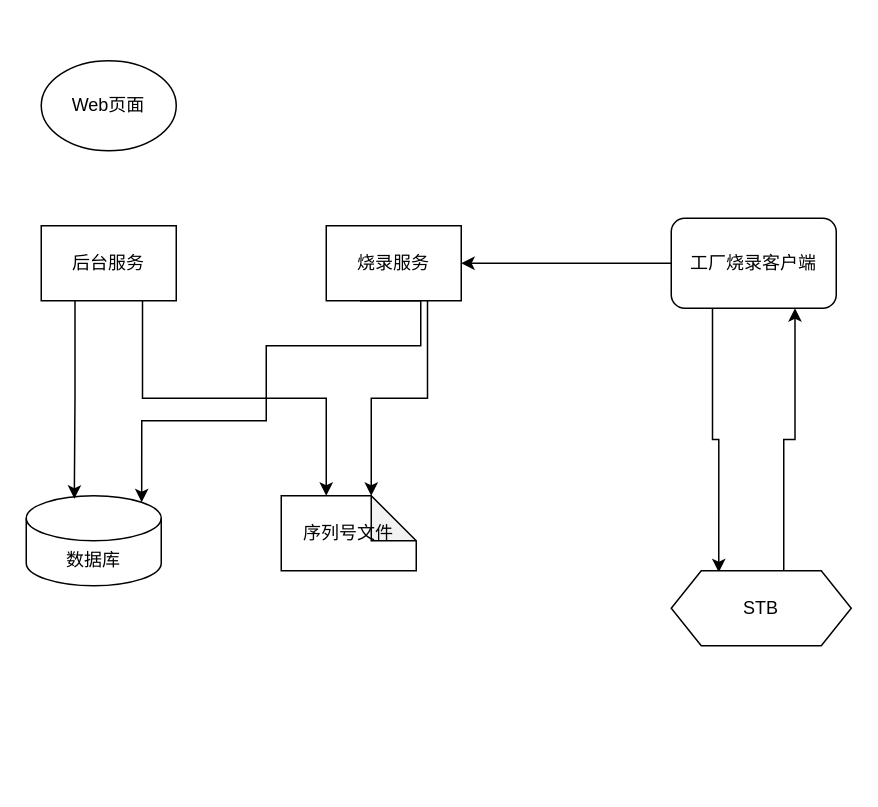
Above: TMS-4.drawio in zebra-min/my-design (draw.io), before the change. Source tidied: cells renumbered, new cells numbered last; positions are measured from the earlier drawing's top-left corner, leaving out a move shared by most shapes. Both pictures are drawn from the tidied source at 150%, with x=0, y=0 at pixel (26, 60).
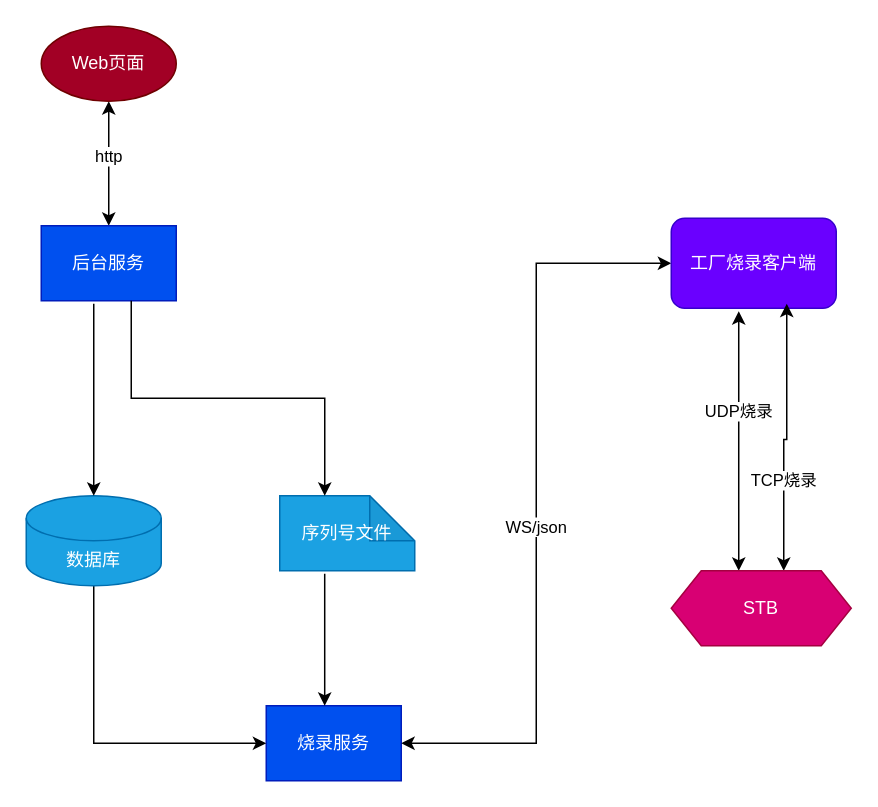
The same diagram, later.

Diff of the diagram source:
```diff
@@
+    <mxCell id="16" style="edgeStyle=orthogonalEdgeStyle;rounded=0;jettySize=auto;html=1;exitX=0.5;exitY=1;exitDx=0;exitDy=0;entryX=0.5;entryY=0;entryDx=0;entryDy=0;startArrow=classic;startFill=1;" parent="1" edge="1" source="2" target="3">
+      <mxGeometry relative="1" as="geometry" />
+    </mxCell>
+    <mxCell id="17" value="http" style="edgeLabel;html=1;align=center;verticalAlign=middle;" parent="16" vertex="1">
+      <mxGeometry x="-0.13" y="-1" relative="1" as="geometry" />
+    </mxCell>
-    <mxCell id="2" value="Web页面" style="ellipse;whiteSpace=wrap;html=1;" parent="1" vertex="1">
-      <mxGeometry x="10" width="90" height="60" as="geometry" />
+    <mxCell id="2" value="Web页面" style="ellipse;whiteSpace=wrap;html=1;fillColor=#a20025;fontColor=#ffffff;strokeColor=#6F0000;" parent="1" vertex="1">
+      <mxGeometry x="10" y="-23" width="90" height="50" as="geometry" />
     </mxCell>
-    <mxCell id="3" value="后台服务" style="rounded=0;whiteSpace=wrap;html=1;" parent="1" vertex="1">
+    <mxCell id="3" value="后台服务" style="rounded=0;whiteSpace=wrap;html=1;fillColor=#0050ef;strokeColor=#001DBC;fontColor=#ffffff;" parent="1" vertex="1">
       <mxGeometry x="10" y="110" width="90" height="50" as="geometry" />
     </mxCell>
-    <mxCell id="4" value="烧录服务" style="rounded=0;whiteSpace=wrap;html=1;" parent="1" vertex="1">
-      <mxGeometry x="200" y="110" width="90" height="50" as="geometry" />
+    <mxCell id="4" value="烧录服务" style="rounded=0;whiteSpace=wrap;html=1;fillColor=#0050ef;fontColor=#ffffff;strokeColor=#001DBC;" parent="1" vertex="1">
+      <mxGeometry x="160" y="430" width="90" height="50" as="geometry" />
     </mxCell>
+    <mxCell id="18" style="edgeStyle=orthogonalEdgeStyle;rounded=0;jettySize=auto;html=1;exitX=0.5;exitY=1;exitDx=0;exitDy=0;exitPerimeter=0;entryX=0;entryY=0.5;entryDx=0;entryDy=0;" parent="1" edge="1" source="5" target="4">
+      <mxGeometry relative="1" as="geometry" />
+    </mxCell>
-    <mxCell id="5" value="数据库" style="shape=cylinder3;whiteSpace=wrap;html=1;boundedLbl=1;backgroundOutline=1;size=15;" parent="1" vertex="1">
+    <mxCell id="5" value="数据库" style="shape=cylinder3;whiteSpace=wrap;html=1;boundedLbl=1;backgroundOutline=1;size=15;fillColor=#1ba1e2;fontColor=#ffffff;strokeColor=#006EAF;" parent="1" vertex="1">
       <mxGeometry y="290" width="90" height="60" as="geometry" />
     </mxCell>
-    <mxCell id="6" value="序列号文件" style="shape=note;whiteSpace=wrap;html=1;backgroundOutline=1;darkOpacity=0.05;" parent="1" vertex="1">
-      <mxGeometry x="170" y="290" width="90" height="50" as="geometry" />
+    <mxCell id="6" value="序列号文件" style="shape=note;whiteSpace=wrap;html=1;backgroundOutline=1;darkOpacity=0.05;fillColor=#1ba1e2;fontColor=#ffffff;strokeColor=#006EAF;" parent="1" vertex="1">
+      <mxGeometry x="169" y="290" width="90" height="50" as="geometry" />
     </mxCell>
-    <mxCell id="7" style="edgeStyle=orthogonalEdgeStyle;rounded=0;jettySize=auto;html=1;exitX=0;exitY=0.5;exitDx=0;exitDy=0;entryX=1;entryY=0.5;entryDx=0;entryDy=0;" parent="1" edge="1" source="9" target="4">
+    <mxCell id="7" style="edgeStyle=orthogonalEdgeStyle;rounded=0;jettySize=auto;html=1;exitX=0;exitY=0.5;exitDx=0;exitDy=0;entryX=1;entryY=0.5;entryDx=0;entryDy=0;startArrow=classic;startFill=1;" parent="1" edge="1" source="9" target="4">
       <mxGeometry relative="1" as="geometry" />
     </mxCell>
+    <mxCell id="19" value="WS/json" style="edgeLabel;html=1;align=center;verticalAlign=middle;" parent="7" vertex="1">
+      <mxGeometry x="0.06" y="-1" relative="1" as="geometry" />
+    </mxCell>
-    <mxCell id="8" style="edgeStyle=orthogonalEdgeStyle;rounded=0;jettySize=auto;html=1;exitX=0.25;exitY=1;exitDx=0;exitDy=0;entryX=0.264;entryY=0.02;entryDx=0;entryDy=0;entryPerimeter=0;" parent="1" edge="1" source="9" target="11">
+    <mxCell id="8" style="edgeStyle=orthogonalEdgeStyle;rounded=0;jettySize=auto;html=1;exitX=0.409;exitY=1.033;exitDx=0;exitDy=0;entryX=0.375;entryY=0;entryDx=0;entryDy=0;exitPerimeter=0;startArrow=classic;startFill=1;" parent="1" edge="1" source="9" target="11">
       <mxGeometry relative="1" as="geometry" />
     </mxCell>
+    <mxCell id="20" value="UDP烧录" style="edgeLabel;html=1;align=center;verticalAlign=middle;" parent="8" vertex="1">
+      <mxGeometry x="-0.05" relative="1" as="geometry">
+        <mxPoint y="-15" as="offset" />
+      </mxGeometry>
+    </mxCell>
-    <mxCell id="9" value="工厂烧录客户端" style="rounded=1;whiteSpace=wrap;html=1;" parent="1" vertex="1">
+    <mxCell id="9" value="工厂烧录客户端" style="rounded=1;whiteSpace=wrap;html=1;fillColor=#6a00ff;fontColor=#ffffff;strokeColor=#3700CC;" parent="1" vertex="1">
       <mxGeometry x="430" y="105" width="110" height="60" as="geometry" />
     </mxCell>
-    <mxCell id="10" style="edgeStyle=orthogonalEdgeStyle;rounded=0;jettySize=auto;html=1;exitX=0.625;exitY=0;exitDx=0;exitDy=0;entryX=0.75;entryY=1;entryDx=0;entryDy=0;" parent="1" edge="1" source="11" target="9">
+    <mxCell id="10" style="edgeStyle=orthogonalEdgeStyle;rounded=0;jettySize=auto;html=1;exitX=0.625;exitY=0;exitDx=0;exitDy=0;entryX=0.7;entryY=0.95;entryDx=0;entryDy=0;entryPerimeter=0;startArrow=classic;startFill=1;" parent="1" edge="1" source="11" target="9">
       <mxGeometry relative="1" as="geometry" />
     </mxCell>
+    <mxCell id="21" value="TCP烧录" style="edgeLabel;html=1;align=center;verticalAlign=middle;" parent="10" vertex="1">
+      <mxGeometry x="-0.08" y="1" relative="1" as="geometry">
+        <mxPoint y="22" as="offset" />
+      </mxGeometry>
+    </mxCell>
-    <mxCell id="11" value="STB" style="shape=hexagon;perimeter=hexagonPerimeter2;whiteSpace=wrap;html=1;fixedSize=1;" parent="1" vertex="1">
+    <mxCell id="11" value="STB" style="shape=hexagon;perimeter=hexagonPerimeter2;whiteSpace=wrap;html=1;fixedSize=1;fillColor=#d80073;fontColor=#ffffff;strokeColor=#A50040;" parent="1" vertex="1">
       <mxGeometry x="430" y="340" width="120" height="50" as="geometry" />
     </mxCell>
-    <mxCell id="12" style="edgeStyle=orthogonalEdgeStyle;rounded=0;jettySize=auto;html=1;exitX=0.25;exitY=1;exitDx=0;exitDy=0;entryX=0.356;entryY=0.033;entryDx=0;entryDy=0;entryPerimeter=0;" parent="1" edge="1" source="3" target="5">
+    <mxCell id="12" style="edgeStyle=orthogonalEdgeStyle;rounded=0;jettySize=auto;html=1;exitX=0.389;exitY=1.04;exitDx=0;exitDy=0;entryX=0.5;entryY=0;entryDx=0;entryDy=0;entryPerimeter=0;exitPerimeter=0;" parent="1" edge="1" source="3" target="5">
       <mxGeometry relative="1" as="geometry" />
     </mxCell>
-    <mxCell id="13" style="edgeStyle=orthogonalEdgeStyle;rounded=0;jettySize=auto;html=1;exitX=0.75;exitY=1;exitDx=0;exitDy=0;entryX=0;entryY=0;entryDx=30;entryDy=0;entryPerimeter=0;" parent="1" edge="1" source="3" target="6">
-      <mxGeometry relative="1" as="geometry" />
+    <mxCell id="13" style="edgeStyle=orthogonalEdgeStyle;rounded=0;jettySize=auto;html=1;entryX=0;entryY=0;entryDx=30;entryDy=0;entryPerimeter=0;" parent="1" edge="1" target="6">
+      <mxGeometry relative="1" as="geometry">
+        <mxPoint x="70" y="160" as="sourcePoint" />
+        <Array as="points">
+          <mxPoint x="70" y="160" />
+          <mxPoint x="70" y="225" />
+          <mxPoint x="200" y="225" />
+        </Array>
+      </mxGeometry>
     </mxCell>
-    <mxCell id="14" style="edgeStyle=orthogonalEdgeStyle;rounded=0;jettySize=auto;html=1;exitX=0.25;exitY=1;exitDx=0;exitDy=0;entryX=0.855;entryY=0;entryDx=0;entryDy=4.35;entryPerimeter=0;" parent="1" edge="1" source="4" target="5">
-      <mxGeometry relative="1" as="geometry">
-        <Array as="points">
-          <mxPoint x="263" y="190" />
-          <mxPoint x="160" y="190" />
-          <mxPoint x="160" y="240" />
-          <mxPoint x="77" y="240" />
-        </Array>
-      </mxGeometry>
-    </mxCell>
-    <mxCell id="15" style="edgeStyle=orthogonalEdgeStyle;rounded=0;jettySize=auto;html=1;exitX=0.75;exitY=1;exitDx=0;exitDy=0;entryX=0;entryY=0;entryDx=60;entryDy=0;entryPerimeter=0;" parent="1" edge="1" source="4" target="6">
-      <mxGeometry relative="1" as="geometry" />
-    </mxCell>
+    <mxCell id="22" style="edgeStyle=orthogonalEdgeStyle;rounded=0;jettySize=auto;html=1;entryX=0.433;entryY=0;entryDx=0;entryDy=0;entryPerimeter=0;exitX=0.333;exitY=1.04;exitDx=0;exitDy=0;exitPerimeter=0;" parent="1" edge="1" source="6" target="4">
+      <mxGeometry relative="1" as="geometry" />
+    </mxCell>
```
